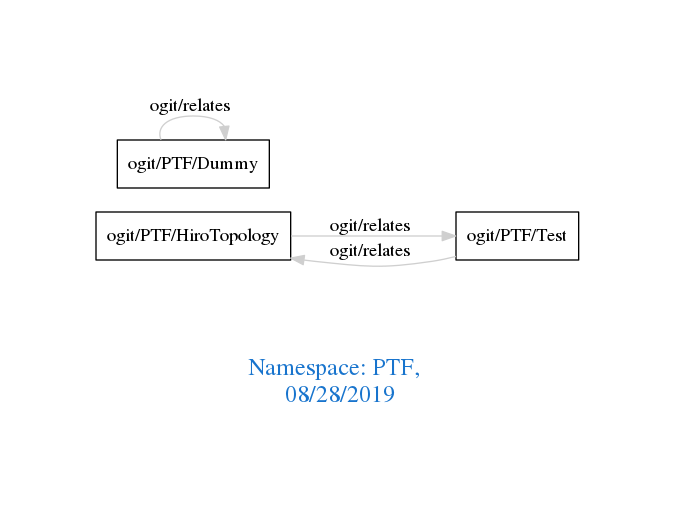
Before: downloads/PTF.png, a diagram exported from Graphviz (arago/OGIT). Its source is kept beside it as downloads/PTF.dot.
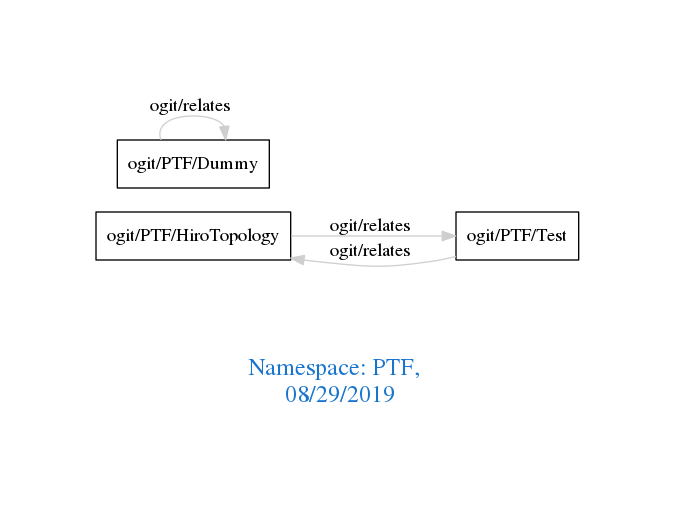
Above is the later version.

The edit, as a diff of the source:
```diff
@@ -1,7 +1,7 @@
 digraph OGIT_ontology {
  graph [ rankdir= LR,pad=1
 fontsize = 18,
-fontcolor= dodgerblue3,label = "\n\n\nNamespace: PTF, \n 08/28/2019"];
+fontcolor= dodgerblue3,label = "\n\n\nNamespace: PTF, \n 08/29/2019"];
 node[shape=polygon];
 edge [  color="gray81"];
 
```
